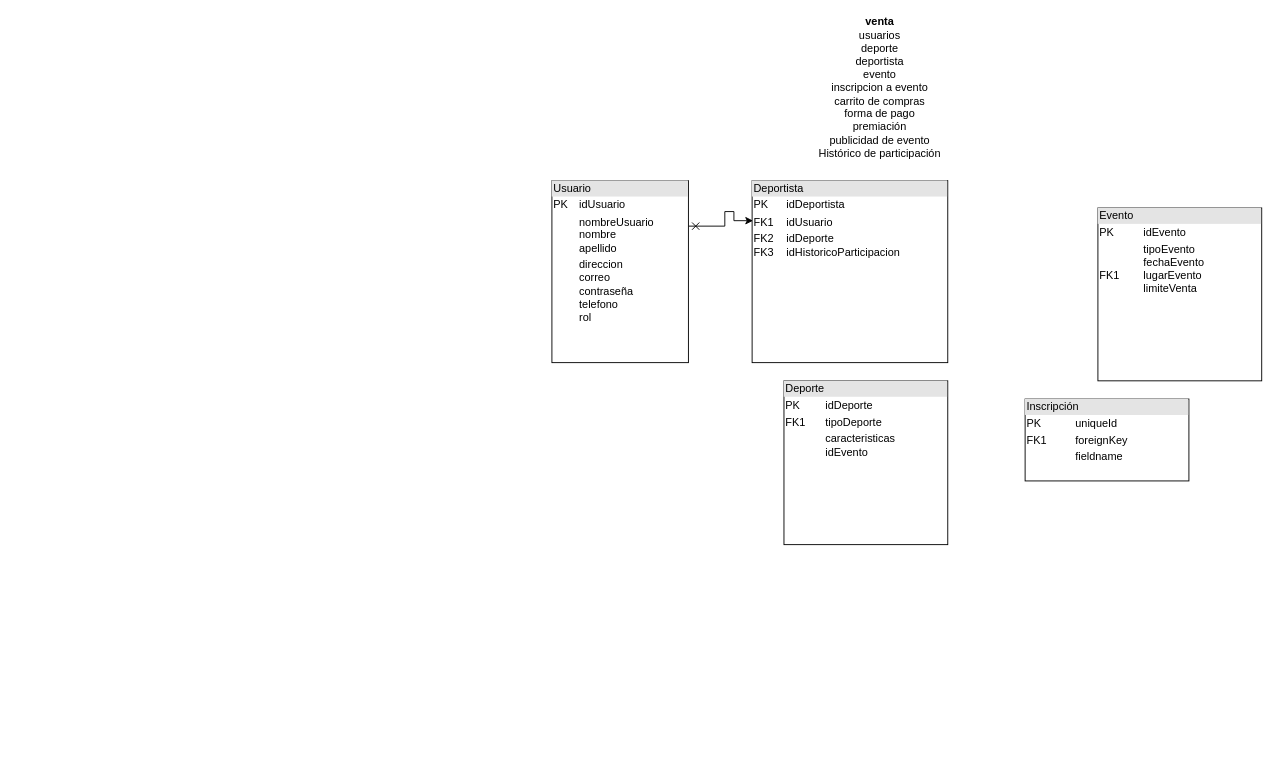
The draw.io diagram dataBase.drawio in cxrdonx/webApplication, before the edit. Source tidied: cells renumbered, new cells numbered last; positions are measured from the earlier drawing's top-left corner, leaving out a move shared by most shapes. Both pictures are drawn from the tidied source at 91%, with x=0, y=0 at pixel (551, 16).
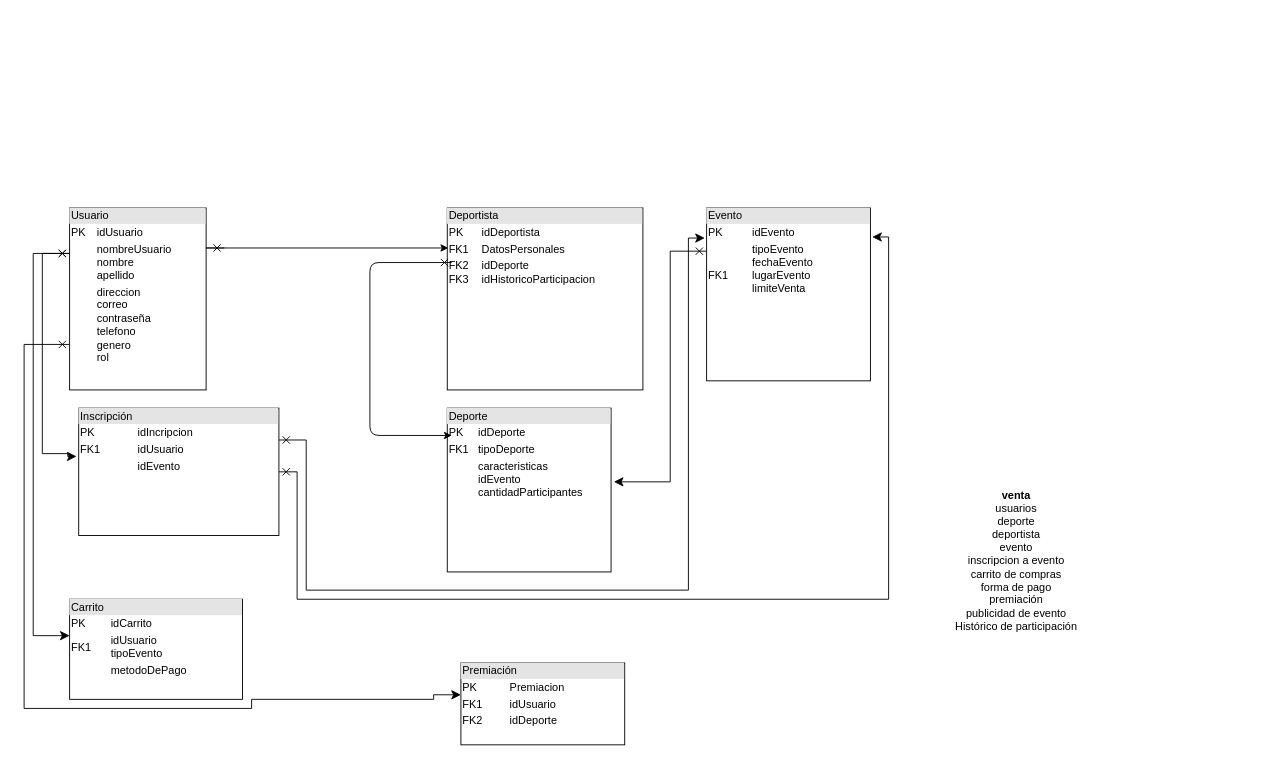
After the change.

The edit, as a diff of the source:
```diff
@@
     <mxCell id="2" value="&lt;div&gt;&lt;b&gt;venta&lt;/b&gt;&lt;/div&gt;&lt;div&gt;usuarios&lt;/div&gt;&lt;div&gt;deporte&lt;/div&gt;&lt;div&gt;deportista&lt;/div&gt;&lt;div&gt;evento&lt;/div&gt;&lt;div&gt;inscripcion a evento&lt;/div&gt;&lt;div&gt;carrito de compras&lt;br&gt;&lt;/div&gt;&lt;div&gt;forma de pago&lt;/div&gt;&lt;div&gt;premiación&lt;/div&gt;&lt;div&gt;publicidad de evento&lt;/div&gt;&lt;div&gt;Histórico de participación&lt;/div&gt;&lt;div&gt;&lt;br&gt;&lt;/div&gt;" style="text;html=1;align=center;verticalAlign=middle;" parent="1" vertex="1">
-      <mxGeometry x="285" width="150" height="170" as="geometry" />
+      <mxGeometry x="435" y="520" width="150" height="170" as="geometry" />
     </mxCell>
-    <mxCell id="3" style="edgeStyle=orthogonalEdgeStyle;rounded=0;jettySize=auto;html=1;exitX=1;exitY=0.25;exitDx=0;exitDy=0;entryX=0.005;entryY=0.22;entryDx=0;entryDy=0;entryPerimeter=0;startArrow=cross;startFill=0;" parent="1" edge="1" source="4" target="7">
+    <mxCell id="3" style="edgeStyle=orthogonalEdgeStyle;rounded=0;jettySize=auto;html=1;entryX=0.005;entryY=0.22;entryDx=0;entryDy=0;entryPerimeter=0;startArrow=cross;startFill=0;" parent="1" edge="1" target="7">
       <mxGeometry relative="1" as="geometry">
+        <mxPoint x="-360" y="254" as="sourcePoint" />
         <Array as="points">
-          <mxPoint x="190" y="230" />
-          <mxPoint x="190" y="214" />
-          <mxPoint x="200" y="214" />
-          <mxPoint x="200" y="224" />
+          <mxPoint x="-440" y="254" />
         </Array>
       </mxGeometry>
     </mxCell>
+    <mxCell id="9" style="edgeStyle=orthogonalEdgeStyle;rounded=0;jettySize=auto;html=1;exitX=0;exitY=0.25;exitDx=0;exitDy=0;startArrow=cross;startFill=0;startSize=6;endSize=8;entryX=-0.011;entryY=0.379;entryDx=0;entryDy=0;entryPerimeter=0;" parent="1" edge="1" source="4" target="8">
+      <mxGeometry relative="1" as="geometry">
+        <Array as="points">
+          <mxPoint x="-560" y="260" />
+          <mxPoint x="-560" y="480" />
+          <mxPoint x="-532" y="480" />
+        </Array>
+      </mxGeometry>
+    </mxCell>
+    <mxCell id="10" style="edgeStyle=orthogonalEdgeStyle;rounded=0;jettySize=auto;html=1;exitX=0;exitY=0.25;exitDx=0;exitDy=0;startArrow=cross;startFill=0;startSize=6;endSize=8;entryX=0;entryY=0.364;entryDx=0;entryDy=0;entryPerimeter=0;" parent="1" edge="1" source="4" target="16">
+      <mxGeometry relative="1" as="geometry">
+        <Array as="points">
+          <mxPoint x="-570" y="260" />
+          <mxPoint x="-570" y="680" />
+        </Array>
+      </mxGeometry>
+    </mxCell>
+    <mxCell id="11" style="edgeStyle=orthogonalEdgeStyle;rounded=0;jettySize=auto;html=1;exitX=0;exitY=0.75;exitDx=0;exitDy=0;startArrow=cross;startFill=0;startSize=6;endSize=8;entryX=0;entryY=0.389;entryDx=0;entryDy=0;entryPerimeter=0;" parent="1" edge="1" source="4" target="17">
+      <mxGeometry relative="1" as="geometry">
+        <Array as="points">
+          <mxPoint x="-580" y="360" />
+          <mxPoint x="-580" y="760" />
+          <mxPoint x="-330" y="760" />
+          <mxPoint x="-330" y="750" />
+          <mxPoint x="-130" y="750" />
+          <mxPoint x="-130" y="745" />
+        </Array>
+      </mxGeometry>
+    </mxCell>
-    <mxCell id="4" value="&lt;div style=&quot;box-sizing: border-box ; width: 100% ; background: #e4e4e4 ; padding: 2px&quot;&gt;Usuario&lt;br&gt;&lt;/div&gt;&lt;table style=&quot;width: 100% ; font-size: 1em&quot; cellspacing=&quot;0&quot; cellpadding=&quot;2&quot;&gt;&lt;tbody&gt;&lt;tr&gt;&lt;td&gt;PK&lt;/td&gt;&lt;td&gt;idUsuario&lt;br&gt;&lt;/td&gt;&lt;/tr&gt;&lt;tr&gt;&lt;td&gt;&lt;br&gt;&lt;/td&gt;&lt;td&gt;nombreUsuario&lt;br&gt;nombre&lt;br&gt;apellido&lt;br&gt;&lt;/td&gt;&lt;/tr&gt;&lt;tr&gt;&lt;td&gt;&lt;br&gt;&lt;/td&gt;&lt;td&gt;direccion&lt;br&gt;correo&lt;br&gt;contraseña&lt;br&gt;telefono&lt;br&gt;rol&lt;br&gt;&lt;br&gt;&lt;/td&gt;&lt;/tr&gt;&lt;/tbody&gt;&lt;/table&gt;" style="verticalAlign=top;align=left;overflow=fill;html=1;" parent="1" vertex="1">
-      <mxGeometry y="180" width="150" height="200" as="geometry" />
+    <mxCell id="4" value="&lt;div style=&quot;box-sizing: border-box ; width: 100% ; background: #e4e4e4 ; padding: 2px&quot;&gt;Usuario&lt;br&gt;&lt;/div&gt;&lt;table style=&quot;width: 100% ; font-size: 1em&quot; cellspacing=&quot;0&quot; cellpadding=&quot;2&quot;&gt;&lt;tbody&gt;&lt;tr&gt;&lt;td&gt;PK&lt;/td&gt;&lt;td&gt;idUsuario&lt;br&gt;&lt;/td&gt;&lt;/tr&gt;&lt;tr&gt;&lt;td&gt;&lt;br&gt;&lt;/td&gt;&lt;td&gt;nombreUsuario&lt;br&gt;nombre&lt;br&gt;apellido&lt;br&gt;&lt;/td&gt;&lt;/tr&gt;&lt;tr&gt;&lt;td&gt;&lt;br&gt;&lt;/td&gt;&lt;td&gt;direccion&lt;br&gt;correo&lt;br&gt;contraseña&lt;br&gt;telefono&lt;br&gt;genero&lt;br&gt;rol&lt;br&gt;&lt;br&gt;&lt;/td&gt;&lt;/tr&gt;&lt;/tbody&gt;&lt;/table&gt;" style="verticalAlign=top;align=left;overflow=fill;html=1;" parent="1" vertex="1">
+      <mxGeometry x="-530" y="210" width="150" height="200" as="geometry" />
     </mxCell>
-    <mxCell id="5" value="&lt;div style=&quot;box-sizing: border-box ; width: 100% ; background: #e4e4e4 ; padding: 2px&quot;&gt;Deporte&lt;br&gt;&lt;/div&gt;&lt;table style=&quot;width: 100% ; font-size: 1em&quot; cellspacing=&quot;0&quot; cellpadding=&quot;2&quot;&gt;&lt;tbody&gt;&lt;tr&gt;&lt;td&gt;PK&lt;/td&gt;&lt;td&gt;idDeporte&lt;br&gt;&lt;/td&gt;&lt;/tr&gt;&lt;tr&gt;&lt;td&gt;FK1&lt;/td&gt;&lt;td&gt;tipoDeporte&lt;br&gt;&lt;/td&gt;&lt;/tr&gt;&lt;tr&gt;&lt;td&gt;&lt;br&gt;&lt;/td&gt;&lt;td&gt;caracteristicas&lt;br&gt;idEvento&lt;br&gt;&lt;br&gt;&lt;/td&gt;&lt;/tr&gt;&lt;/tbody&gt;&lt;/table&gt;" style="verticalAlign=top;align=left;overflow=fill;html=1;" parent="1" vertex="1">
-      <mxGeometry x="255" y="400" width="180" height="180" as="geometry" />
+    <mxCell id="5" value="&lt;div style=&quot;box-sizing: border-box ; width: 100% ; background: #e4e4e4 ; padding: 2px&quot;&gt;Deporte&lt;br&gt;&lt;/div&gt;&lt;table style=&quot;width: 100% ; font-size: 1em&quot; cellspacing=&quot;0&quot; cellpadding=&quot;2&quot;&gt;&lt;tbody&gt;&lt;tr&gt;&lt;td&gt;PK&lt;/td&gt;&lt;td&gt;idDeporte&lt;br&gt;&lt;/td&gt;&lt;/tr&gt;&lt;tr&gt;&lt;td&gt;FK1&lt;/td&gt;&lt;td&gt;tipoDeporte&lt;br&gt;&lt;/td&gt;&lt;/tr&gt;&lt;tr&gt;&lt;td&gt;&lt;br&gt;&lt;/td&gt;&lt;td&gt;caracteristicas&lt;br&gt;idEvento&lt;br&gt;cantidadParticipantes&lt;br&gt;&lt;br&gt;&lt;/td&gt;&lt;/tr&gt;&lt;/tbody&gt;&lt;/table&gt;" style="verticalAlign=top;align=left;overflow=fill;html=1;" parent="1" vertex="1">
+      <mxGeometry x="-115" y="430" width="180" height="180" as="geometry" />
     </mxCell>
+    <mxCell id="12" style="edgeStyle=orthogonalEdgeStyle;rounded=0;jettySize=auto;html=1;exitX=0;exitY=0.25;exitDx=0;exitDy=0;startArrow=cross;startFill=0;startSize=6;endSize=8;entryX=1.017;entryY=0.45;entryDx=0;entryDy=0;entryPerimeter=0;" parent="1" edge="1" source="6" target="5">
+      <mxGeometry relative="1" as="geometry">
+        <Array as="points">
+          <mxPoint x="130" y="258" />
+          <mxPoint x="130" y="511" />
+        </Array>
+      </mxGeometry>
+    </mxCell>
     <mxCell id="6" value="&lt;div style=&quot;box-sizing: border-box ; width: 100% ; background: #e4e4e4 ; padding: 2px&quot;&gt;Evento&lt;br&gt;&lt;/div&gt;&lt;table style=&quot;width: 100% ; font-size: 1em&quot; cellspacing=&quot;0&quot; cellpadding=&quot;2&quot;&gt;&lt;tbody&gt;&lt;tr&gt;&lt;td&gt;PK&lt;/td&gt;&lt;td&gt;idEvento&lt;br&gt;&lt;/td&gt;&lt;/tr&gt;&lt;tr&gt;&lt;td&gt;FK1&lt;/td&gt;&lt;td&gt;tipoEvento&lt;br&gt;fechaEvento&lt;br&gt;lugarEvento&lt;br&gt;limiteVenta&lt;br&gt;&lt;br&gt;&lt;/td&gt;&lt;/tr&gt;&lt;tr&gt;&lt;td&gt;&lt;br&gt;&lt;/td&gt;&lt;td&gt;&lt;br&gt;&lt;/td&gt;&lt;/tr&gt;&lt;/tbody&gt;&lt;/table&gt;" style="verticalAlign=top;align=left;overflow=fill;html=1;" parent="1" vertex="1">
-      <mxGeometry x="600" y="210" width="180" height="190" as="geometry" />
+      <mxGeometry x="170" y="210" width="180" height="190" as="geometry" />
     </mxCell>
-    <mxCell id="7" value="&lt;div style=&quot;box-sizing: border-box ; width: 100% ; background: #e4e4e4 ; padding: 2px&quot;&gt;Deportista&lt;br&gt;&lt;/div&gt;&lt;table style=&quot;width: 100% ; font-size: 1em&quot; cellspacing=&quot;0&quot; cellpadding=&quot;2&quot;&gt;&lt;tbody&gt;&lt;tr&gt;&lt;td&gt;PK&lt;/td&gt;&lt;td&gt;idDeportista&lt;br&gt;&lt;/td&gt;&lt;/tr&gt;&lt;tr&gt;&lt;td&gt;FK1&lt;/td&gt;&lt;td&gt;idUsuario&lt;br&gt;&lt;/td&gt;&lt;/tr&gt;&lt;tr&gt;&lt;td&gt;FK2&lt;br&gt;FK3 &lt;br&gt;&lt;/td&gt;&lt;td&gt;idDeporte&lt;br&gt;idHistoricoParticipacion&lt;br&gt;&lt;/td&gt;&lt;/tr&gt;&lt;/tbody&gt;&lt;/table&gt;" style="verticalAlign=top;align=left;overflow=fill;html=1;" parent="1" vertex="1">
-      <mxGeometry x="220" y="180" width="215" height="200" as="geometry" />
+    <mxCell id="7" value="&lt;div style=&quot;box-sizing: border-box ; width: 100% ; background: #e4e4e4 ; padding: 2px&quot;&gt;Deportista&lt;br&gt;&lt;/div&gt;&lt;table style=&quot;width: 100% ; font-size: 1em&quot; cellspacing=&quot;0&quot; cellpadding=&quot;2&quot;&gt;&lt;tbody&gt;&lt;tr&gt;&lt;td&gt;PK&lt;/td&gt;&lt;td&gt;idDeportista&lt;br&gt;&lt;/td&gt;&lt;/tr&gt;&lt;tr&gt;&lt;td&gt;FK1&lt;/td&gt;&lt;td&gt;DatosPersonales&lt;br&gt;&lt;/td&gt;&lt;/tr&gt;&lt;tr&gt;&lt;td&gt;FK2&lt;br&gt;FK3 &lt;br&gt;&lt;/td&gt;&lt;td&gt;idDeporte&lt;br&gt;idHistoricoParticipacion&lt;br&gt;&lt;/td&gt;&lt;/tr&gt;&lt;/tbody&gt;&lt;/table&gt;" style="verticalAlign=top;align=left;overflow=fill;html=1;" parent="1" vertex="1">
+      <mxGeometry x="-115" y="210" width="215" height="200" as="geometry" />
     </mxCell>
+    <mxCell id="13" style="edgeStyle=orthogonalEdgeStyle;rounded=0;jettySize=auto;html=1;exitX=1;exitY=0.25;exitDx=0;exitDy=0;startArrow=cross;startFill=0;startSize=6;endSize=8;entryX=-0.011;entryY=0.174;entryDx=0;entryDy=0;entryPerimeter=0;" parent="1" edge="1" source="8" target="6">
+      <mxGeometry relative="1" as="geometry">
+        <Array as="points">
+          <mxPoint x="-270" y="465" />
+          <mxPoint x="-270" y="630" />
+          <mxPoint x="150" y="630" />
+          <mxPoint x="150" y="243" />
+        </Array>
+      </mxGeometry>
+    </mxCell>
+    <mxCell id="14" style="edgeStyle=orthogonalEdgeStyle;rounded=0;jettySize=auto;html=1;exitX=1;exitY=0.5;exitDx=0;exitDy=0;startArrow=cross;startFill=0;startSize=6;endSize=8;entryX=1.011;entryY=0.168;entryDx=0;entryDy=0;entryPerimeter=0;" parent="1" edge="1" source="8" target="6">
+      <mxGeometry relative="1" as="geometry">
+        <Array as="points">
+          <mxPoint x="-280" y="500" />
+          <mxPoint x="-280" y="640" />
+          <mxPoint x="370" y="640" />
+          <mxPoint x="370" y="242" />
+        </Array>
+      </mxGeometry>
+    </mxCell>
-    <mxCell id="8" value="&lt;div style=&quot;box-sizing: border-box ; width: 100% ; background: #e4e4e4 ; padding: 2px&quot;&gt;Inscripción&lt;br&gt;&lt;/div&gt;&lt;table style=&quot;width: 100% ; font-size: 1em&quot; cellspacing=&quot;0&quot; cellpadding=&quot;2&quot;&gt;&lt;tbody&gt;&lt;tr&gt;&lt;td&gt;PK&lt;/td&gt;&lt;td&gt;uniqueId&lt;/td&gt;&lt;/tr&gt;&lt;tr&gt;&lt;td&gt;FK1&lt;/td&gt;&lt;td&gt;foreignKey&lt;/td&gt;&lt;/tr&gt;&lt;tr&gt;&lt;td&gt;&lt;br&gt;&lt;/td&gt;&lt;td&gt;fieldname&lt;/td&gt;&lt;/tr&gt;&lt;/tbody&gt;&lt;/table&gt;" style="verticalAlign=top;align=left;overflow=fill;html=1;" parent="1" vertex="1">
-      <mxGeometry x="520" y="420" width="180" height="90" as="geometry" />
+    <mxCell id="8" value="&lt;div style=&quot;box-sizing: border-box ; width: 100% ; background: #e4e4e4 ; padding: 2px&quot;&gt;Inscripción&lt;br&gt;&lt;/div&gt;&lt;table style=&quot;width: 100% ; font-size: 1em&quot; cellspacing=&quot;0&quot; cellpadding=&quot;2&quot;&gt;&lt;tbody&gt;&lt;tr&gt;&lt;td&gt;PK&lt;/td&gt;&lt;td&gt;idIncripcion&lt;br&gt;&lt;/td&gt;&lt;/tr&gt;&lt;tr&gt;&lt;td&gt;FK1&lt;/td&gt;&lt;td&gt;idUsuario&lt;br&gt;&lt;/td&gt;&lt;/tr&gt;&lt;tr&gt;&lt;td&gt;&lt;br&gt;&lt;/td&gt;&lt;td&gt;idEvento&lt;br&gt;&lt;/td&gt;&lt;/tr&gt;&lt;/tbody&gt;&lt;/table&gt;" style="verticalAlign=top;align=left;overflow=fill;html=1;" parent="1" vertex="1">
+      <mxGeometry x="-520" y="430" width="220" height="140" as="geometry" />
     </mxCell>
+    <mxCell id="15" style="endArrow=classic;startArrow=cross;html=1;startFill=0;exitX=0.023;exitY=0.3;exitDx=0;exitDy=0;exitPerimeter=0;entryX=0.027;entryY=0.167;entryDx=0;entryDy=0;entryPerimeter=0;" parent="1" edge="1" source="7" target="5">
+      <mxGeometry relative="1" as="geometry">
+        <Array as="points">
+          <mxPoint x="-200" y="270" />
+          <mxPoint x="-200" y="460" />
+        </Array>
+      </mxGeometry>
+    </mxCell>
+    <mxCell id="16" value="&lt;div style=&quot;box-sizing: border-box ; width: 100% ; background: #e4e4e4 ; padding: 2px&quot;&gt;Carrito&lt;br&gt;&lt;/div&gt;&lt;table style=&quot;width: 100% ; font-size: 1em&quot; cellspacing=&quot;0&quot; cellpadding=&quot;2&quot;&gt;&lt;tbody&gt;&lt;tr&gt;&lt;td&gt;PK&lt;/td&gt;&lt;td&gt;idCarrito&lt;br&gt;&lt;/td&gt;&lt;/tr&gt;&lt;tr&gt;&lt;td&gt;FK1&lt;/td&gt;&lt;td&gt;idUsuario&lt;br&gt;tipoEvento&lt;br&gt;&lt;/td&gt;&lt;/tr&gt;&lt;tr&gt;&lt;td&gt;&lt;br&gt;&lt;/td&gt;&lt;td&gt;metodoDePago&lt;br&gt;&lt;/td&gt;&lt;/tr&gt;&lt;/tbody&gt;&lt;/table&gt;" style="verticalAlign=top;align=left;overflow=fill;html=1;" parent="1" vertex="1">
+      <mxGeometry x="-530" y="640" width="190" height="110" as="geometry" />
+    </mxCell>
+    <mxCell id="17" value="&lt;div style=&quot;box-sizing: border-box ; width: 100% ; background: #e4e4e4 ; padding: 2px&quot;&gt;Premiación&lt;br&gt;&lt;/div&gt;&lt;table style=&quot;width: 100% ; font-size: 1em&quot; cellspacing=&quot;0&quot; cellpadding=&quot;2&quot;&gt;&lt;tbody&gt;&lt;tr&gt;&lt;td&gt;PK&lt;/td&gt;&lt;td&gt;Premiacion&lt;br&gt;&lt;/td&gt;&lt;/tr&gt;&lt;tr&gt;&lt;td&gt;FK1&lt;/td&gt;&lt;td&gt;idUsuario&lt;br&gt;&lt;/td&gt;&lt;/tr&gt;&lt;tr&gt;&lt;td&gt;FK2&lt;br&gt;&lt;/td&gt;&lt;td&gt;idDeporte&lt;br&gt;&lt;/td&gt;&lt;/tr&gt;&lt;/tbody&gt;&lt;/table&gt;" style="verticalAlign=top;align=left;overflow=fill;html=1;" parent="1" vertex="1">
+      <mxGeometry x="-100" y="710" width="180" height="90" as="geometry" />
+    </mxCell>
```
